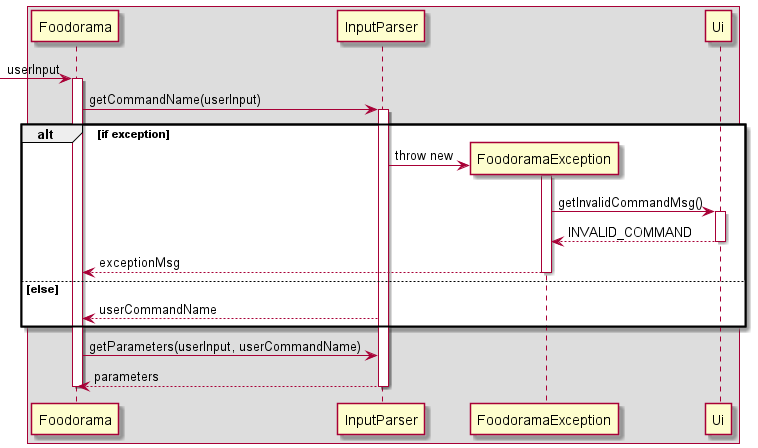
nus-cs2113-AY2122S1/tp keeps this PlantUML diagram as docs/images/input_parser_sequence.png. Above is the earlier version.
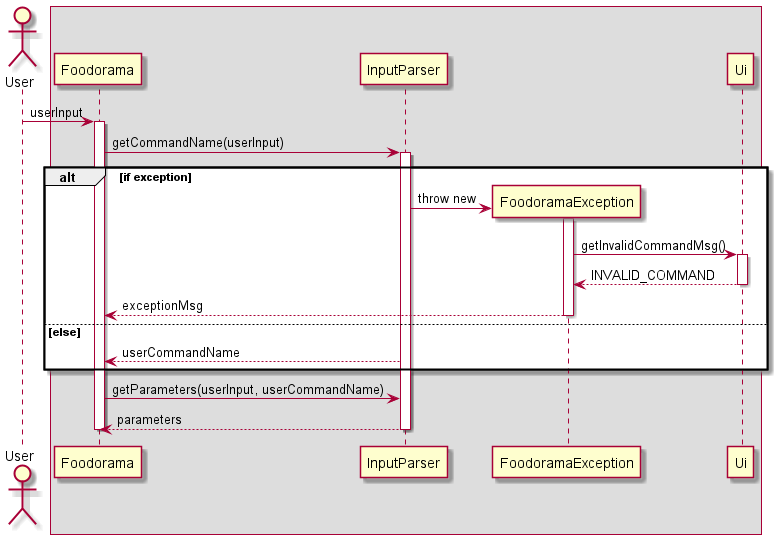
Above is the later version.

What changed in the source:
```diff
@@ -1,7 +1,9 @@
 @startuml
 
+actor User
+
 Box
--> Foodorama: userInput
+User-> Foodorama: userInput
 activate Foodorama
 Foodorama -> InputParser: getCommandName(userInput)
 activate InputParser
```
